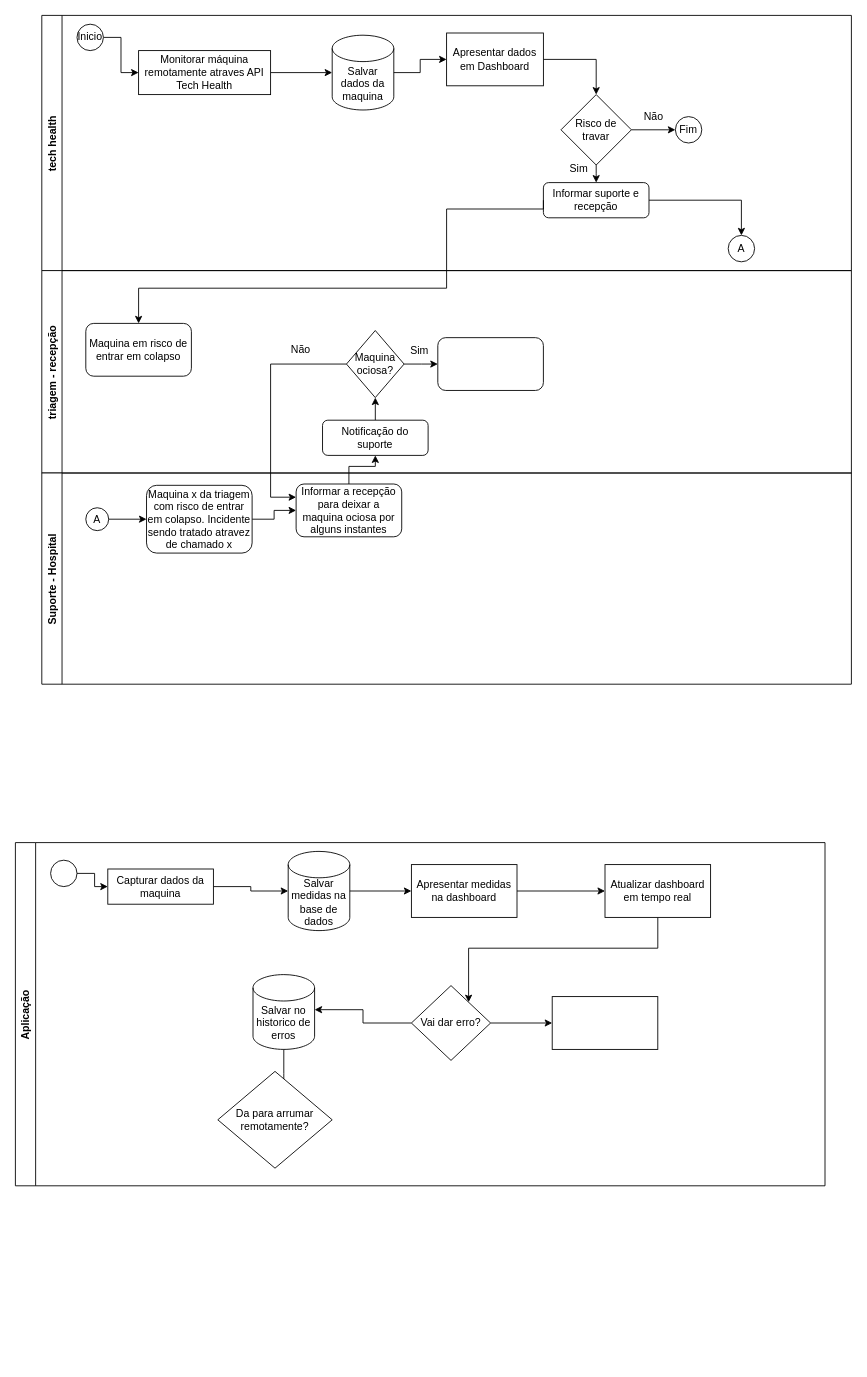
Earlier version of the draw.io diagram page "Página-2" (2 of 2) of Sprint2/BPMN/BPMN - Tech Health.drawio (Grupo-9-SPTECH/Documentos-grupo9). Source tidied: cells renumbered, new cells numbered last; positions are measured from the earlier drawing's top-left corner, leaving out a move shared by most shapes. Both pictures are drawn from the tidied source at 88%, with x=0, y=0 at pixel (15, 15).
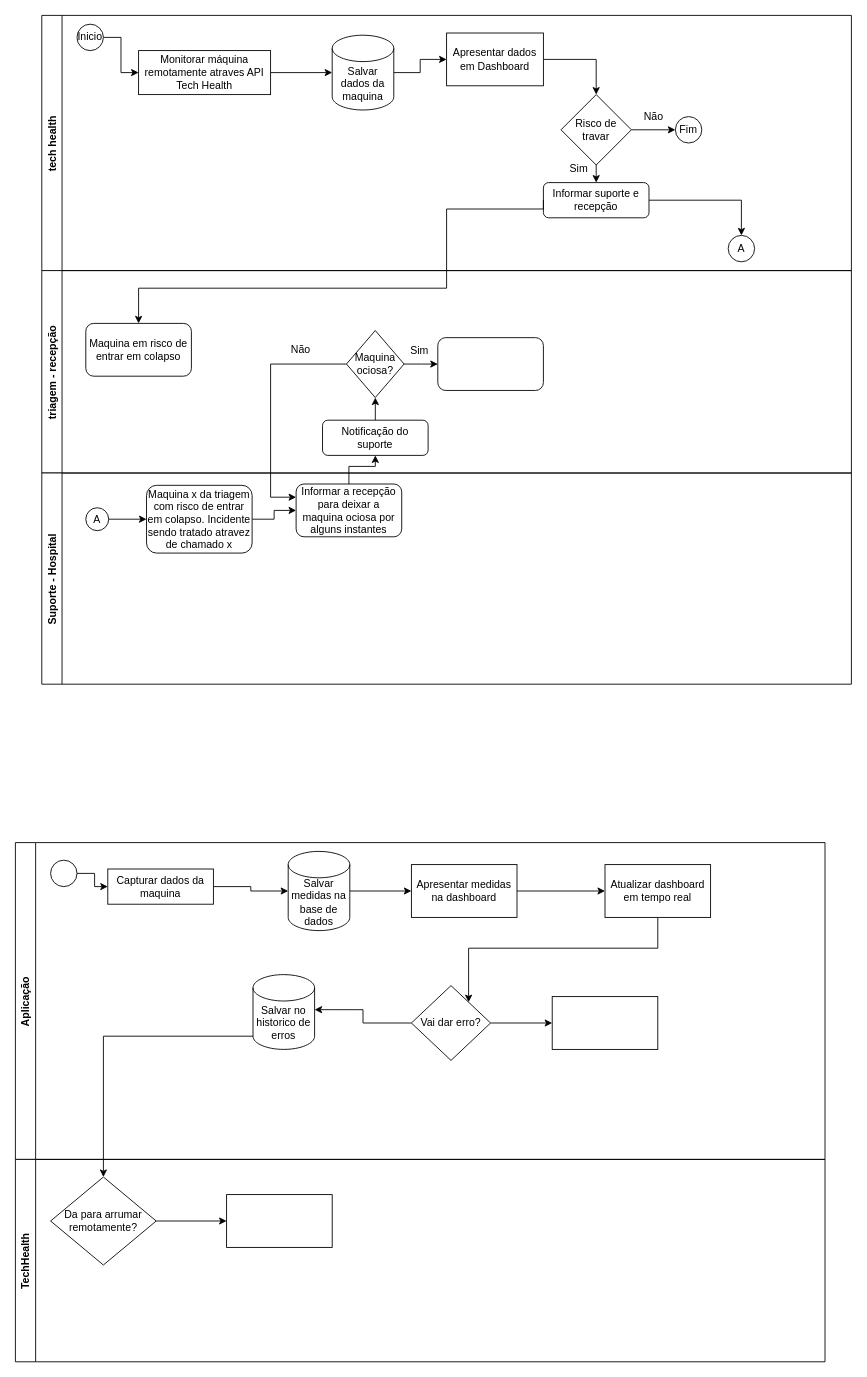
The same diagram, later.

The change refers to these unchanged cells:
```xml
<mxCell id="49" value="Salvar no historico de erros" style="shape=cylinder3;whiteSpace=wrap;html=1;boundedLbl=1;backgroundOutline=1;size=15;" parent="38" vertex="1">
  <mxGeometry x="270" y="150" width="70" height="85" as="geometry" />
</mxCell>
```

Diff of the diagram source:
```diff
@@
     <mxCell id="38" value="Aplicação" style="swimlane;horizontal=0;" parent="1" vertex="1">
-      <mxGeometry y="940" width="920" height="390" as="geometry" />
+      <mxGeometry y="940" width="920" height="360" as="geometry" />
     </mxCell>
@@
-    <mxCell id="51" style="edgeStyle=orthogonalEdgeStyle;rounded=0;jettySize=auto;html=1;" parent="38" edge="1" source="49">
-      <mxGeometry relative="1" as="geometry">
-        <mxPoint x="305" y="290" as="targetPoint" />
-      </mxGeometry>
-    </mxCell>
-    <mxCell id="52" value="Da para arrumar remotamente?" style="rhombus;whiteSpace=wrap;html=1;" parent="38" vertex="1">
-      <mxGeometry x="230" y="260" width="130" height="110" as="geometry" />
-    </mxCell>
@@
+    <mxCell id="56" value="TechHealth" style="swimlane;horizontal=0;" parent="1" vertex="1">
+      <mxGeometry y="1300" width="920" height="230" as="geometry" />
+    </mxCell>
+    <mxCell id="57" style="edgeStyle=orthogonalEdgeStyle;rounded=0;jettySize=auto;html=1;" parent="56" edge="1" source="52" target="58">
+      <mxGeometry relative="1" as="geometry" />
+    </mxCell>
+    <mxCell id="52" value="Da para arrumar remotamente?" style="rhombus;whiteSpace=wrap;html=1;" parent="56" vertex="1">
+      <mxGeometry x="40" y="20" width="120" height="100" as="geometry" />
+    </mxCell>
+    <mxCell id="58" style="whiteSpace=wrap;html=1;" parent="56" vertex="1">
+      <mxGeometry x="240" y="40" width="120" height="60" as="geometry" />
+    </mxCell>
+    <mxCell id="51" style="edgeStyle=orthogonalEdgeStyle;rounded=0;jettySize=auto;html=1;" parent="1" edge="1" source="49" target="52">
+      <mxGeometry relative="1" as="geometry">
+        <Array as="points">
+          <mxPoint x="100" y="1160" />
+        </Array>
+      </mxGeometry>
+    </mxCell>
```
